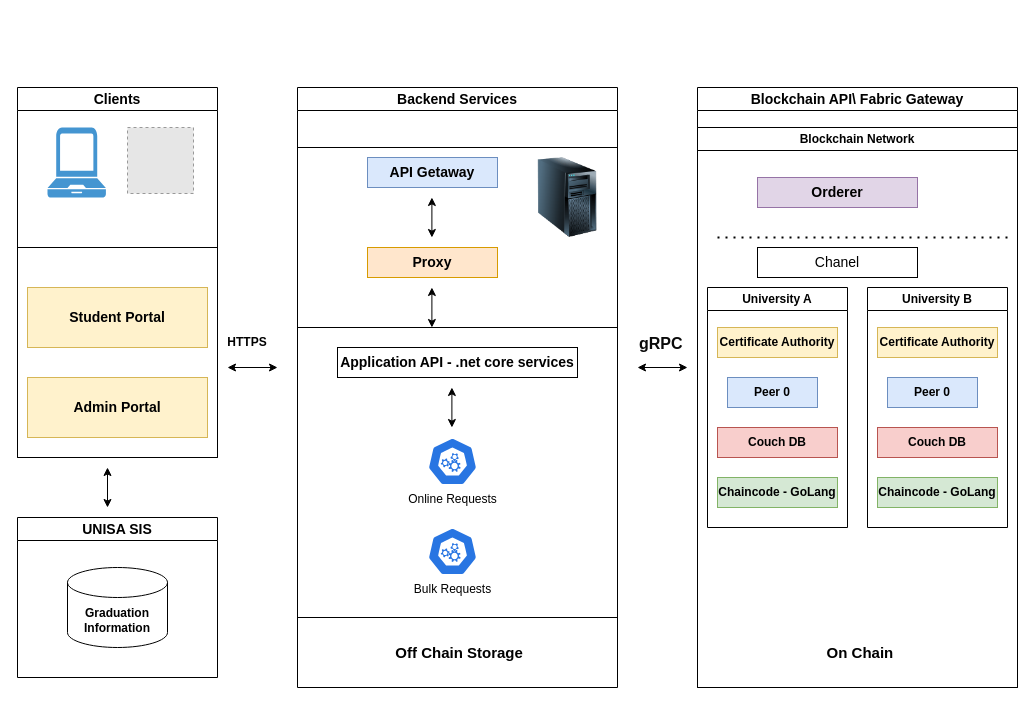
Above: BlockchainSystemArchitecture.drawio in SifisoMzansi/architecture-diagrams (draw.io), before the change. Source tidied: cells renumbered, new cells numbered last; positions are measured from the earlier drawing's top-left corner, leaving out a move shared by most shapes. Both pictures are drawn from the tidied source at 100%, with x=0, y=0 at pixel (17, 87). Pictures stored in the file or linked from it are replaced by grey dashed boxes.
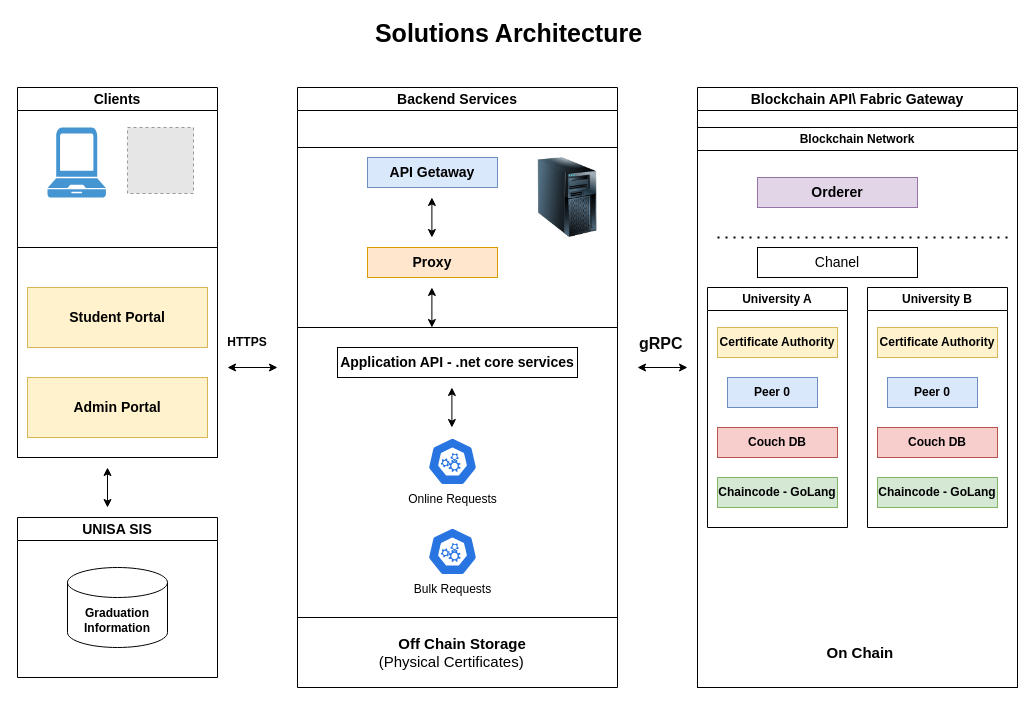
The same diagram, later.

The change refers to these unchanged cells:
```xml
<mxCell id="11" value="Backend Services" style="swimlane;whiteSpace=wrap;html=1;fontSize=14;" parent="1" vertex="1">
  <mxGeometry x="280" width="320" height="600" as="geometry" />
</mxCell>
```

What changed in the source:
```diff
@@
-    <mxCell id="17" value="&lt;b&gt;Off Chain Storage&lt;span style=&quot;white-space: pre;&quot;&gt;&#9;&lt;/span&gt;&lt;/b&gt;" style="text;html=1;whiteSpace=wrap;strokeColor=none;fillColor=none;align=center;verticalAlign=middle;rounded=0;fontSize=15;" parent="11" vertex="1">
+    <mxCell id="17" value="&lt;b&gt;Off Chain Storage &lt;/b&gt;(Physical Certificates)&lt;span style=&quot;font-weight: bold; white-space: pre;&quot;&gt;&#9;&lt;/span&gt;" style="text;html=1;whiteSpace=wrap;strokeColor=none;fillColor=none;align=center;verticalAlign=middle;rounded=0;fontSize=15;" parent="11" vertex="1">
       <mxGeometry x="80" y="550" width="170" height="30" as="geometry" />
     </mxCell>
@@
+    <mxCell id="45" value="Solutions Architecture&amp;nbsp;" style="text;html=1;whiteSpace=wrap;strokeColor=none;fillColor=none;align=center;verticalAlign=middle;rounded=0;fontStyle=1;fontSize=25;" parent="1" vertex="1">
+      <mxGeometry x="250" y="-70" width="490" height="30" as="geometry" />
+    </mxCell>
```
